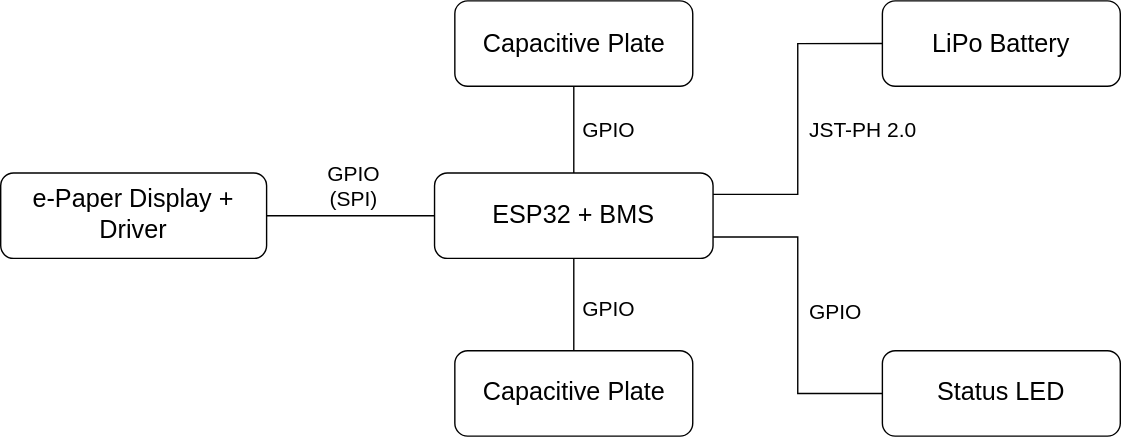
Earlier version of the draw.io export SailTrack Monitor/hardware-diagram.svg (metisvela/sailtrack). Source tidied: cells renumbered, new cells last; positions are measured from the earlier drawing's top-left corner, leaving out a move shared by most shapes.
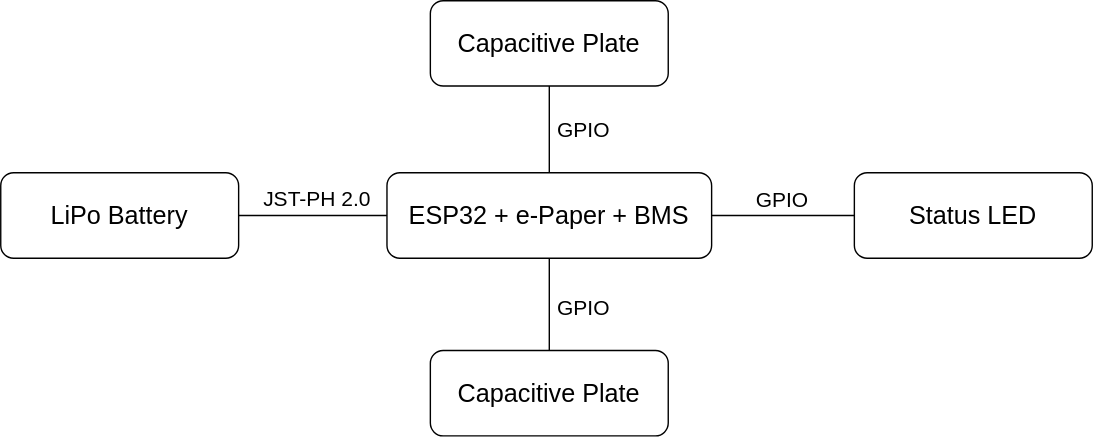
The same file after the commit.

Diff of the diagram source:
```diff
@@ -2,14 +2,6 @@
   <root>
     <mxCell id="0" />
     <mxCell id="1" parent="0" />
-    <mxCell id="2" style="edgeStyle=orthogonalEdgeStyle;rounded=0;jettySize=auto;html=1;exitX=0;exitY=0.5;exitDx=0;exitDy=0;entryX=1;entryY=0.5;entryDx=0;entryDy=0;endArrow=none;endFill=0;" parent="1" edge="1" source="10" target="11">
-      <mxGeometry relative="1" as="geometry" />
-    </mxCell>
-    <mxCell id="3" value="&lt;font style=&quot;font-size: 15px&quot;&gt;GPIO&lt;br&gt;(SPI)&lt;br style=&quot;font-size: 15px&quot;&gt;&lt;/font&gt;" style="edgeLabel;html=1;align=center;verticalAlign=bottom;fontSize=15;" parent="2" vertex="1">
-      <mxGeometry x="-0.02" y="-1" relative="1" as="geometry">
-        <mxPoint y="-1" as="offset" />
-      </mxGeometry>
-    </mxCell>
     <mxCell id="4" style="edgeStyle=orthogonalEdgeStyle;rounded=0;jettySize=auto;html=1;exitX=0.5;exitY=0;exitDx=0;exitDy=0;entryX=0.5;entryY=1;entryDx=0;entryDy=0;endArrow=none;endFill=0;" parent="1" edge="1" source="10" target="13">
       <mxGeometry relative="1" as="geometry" />
     </mxCell>
@@ -24,39 +16,36 @@
         <mxPoint x="7" as="offset" />
       </mxGeometry>
     </mxCell>
-    <mxCell id="8" style="edgeStyle=orthogonalEdgeStyle;rounded=0;jettySize=auto;html=1;exitX=1;exitY=0.25;exitDx=0;exitDy=0;entryX=0;entryY=0.5;entryDx=0;entryDy=0;endArrow=none;endFill=0;" parent="1" edge="1" source="10" target="12">
+    <mxCell id="8" style="edgeStyle=orthogonalEdgeStyle;rounded=0;jettySize=auto;html=1;exitX=0;exitY=0.5;exitDx=0;exitDy=0;entryX=1;entryY=0.5;entryDx=0;entryDy=0;endArrow=none;endFill=0;" parent="1" edge="1" source="10" target="12">
       <mxGeometry relative="1" as="geometry" />
     </mxCell>
     <mxCell id="9" value="JST-PH 2.0" style="edgeLabel;html=1;align=left;verticalAlign=bottom;fontSize=15;" parent="8" vertex="1">
       <mxGeometry x="-0.04" y="4" relative="1" as="geometry">
-        <mxPoint x="10.5" y="13.2" as="offset" />
+        <mxPoint x="-39" y="-5.5" as="offset" />
       </mxGeometry>
     </mxCell>
-    <mxCell id="10" value="ESP32 + BMS" style="rounded=1;whiteSpace=wrap;html=1;fontSize=18;" parent="1" vertex="1">
-      <mxGeometry x="310" y="123" width="199" height="61" as="geometry" />
+    <mxCell id="10" value="ESP32 + e-Paper + BMS" style="rounded=1;whiteSpace=wrap;html=1;fontSize=18;" parent="1" vertex="1">
+      <mxGeometry x="281" y="123" width="232" height="61" as="geometry" />
     </mxCell>
-    <mxCell id="11" value="e-Paper Display + Driver" style="rounded=1;whiteSpace=wrap;html=1;fontSize=18;" parent="1" vertex="1">
-      <mxGeometry y="123" width="190" height="61" as="geometry" />
-    </mxCell>
     <mxCell id="12" value="LiPo Battery" style="rounded=1;whiteSpace=wrap;html=1;fontSize=18;" parent="1" vertex="1">
-      <mxGeometry x="630" width="170" height="61" as="geometry" />
+      <mxGeometry x="5" y="123" width="170" height="61" as="geometry" />
     </mxCell>
     <mxCell id="13" value="Capacitive Plate" style="rounded=1;whiteSpace=wrap;html=1;fontSize=18;" parent="1" vertex="1">
-      <mxGeometry x="324.5" width="170" height="61" as="geometry" />
+      <mxGeometry x="312" width="170" height="61" as="geometry" />
     </mxCell>
     <mxCell id="14" value="Capacitive Plate" style="rounded=1;whiteSpace=wrap;html=1;fontSize=18;" parent="1" vertex="1">
-      <mxGeometry x="324.5" y="250" width="170" height="61" as="geometry" />
+      <mxGeometry x="312" y="250" width="170" height="61" as="geometry" />
     </mxCell>
-    <mxCell id="15" style="edgeStyle=orthogonalEdgeStyle;rounded=0;jettySize=auto;html=1;exitX=0;exitY=0.5;exitDx=0;exitDy=0;entryX=1;entryY=0.75;entryDx=0;entryDy=0;endArrow=none;endFill=0;" parent="1" edge="1" source="17" target="10">
+    <mxCell id="15" style="edgeStyle=orthogonalEdgeStyle;rounded=0;jettySize=auto;html=1;exitX=0;exitY=0.5;exitDx=0;exitDy=0;entryX=1;entryY=0.5;entryDx=0;entryDy=0;endArrow=none;endFill=0;" parent="1" edge="1" source="17" target="10">
       <mxGeometry relative="1" as="geometry" />
     </mxCell>
     <mxCell id="16" value="GPIO" style="edgeLabel;html=1;align=left;verticalAlign=middle;fontSize=15;" parent="15" vertex="1">
       <mxGeometry x="0.04" y="-1" relative="1" as="geometry">
-        <mxPoint x="5.5" y="2" as="offset" />
+        <mxPoint x="-19" y="-10.5" as="offset" />
       </mxGeometry>
     </mxCell>
     <mxCell id="17" value="Status LED" style="rounded=1;whiteSpace=wrap;html=1;fontSize=18;" parent="1" vertex="1">
-      <mxGeometry x="630" y="250" width="170" height="61" as="geometry" />
+      <mxGeometry x="615" y="123" width="170" height="61" as="geometry" />
     </mxCell>
   </root>
 </mxGraphModel>
```
